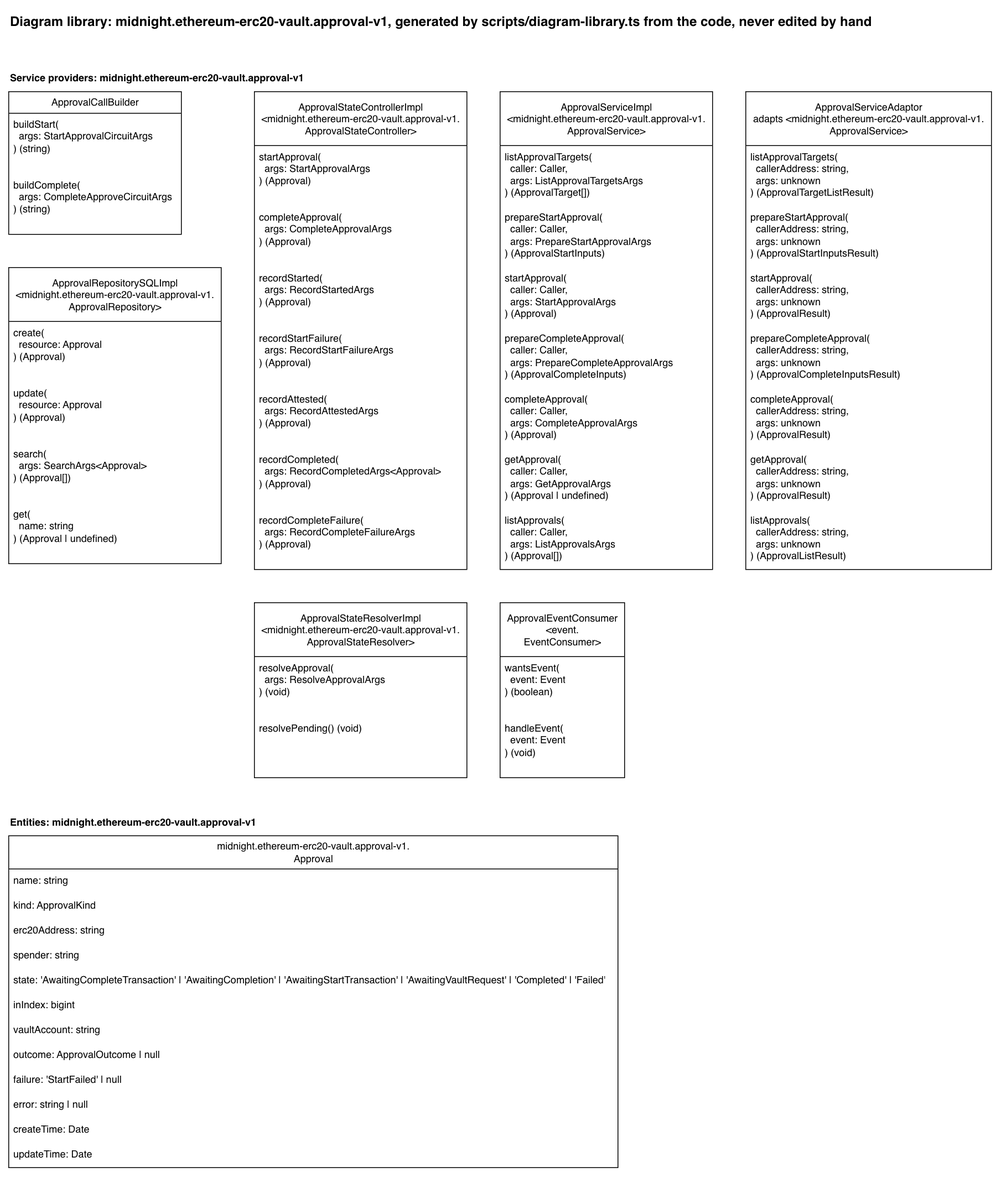
Above: docs/diagram-library/midnight/ethereum-erc20-vault/approval-v1/diagram-library.drawio.png in sig-net/full-stack-demo (draw.io), before the change. Source tidied: cells renumbered, new cells last; positions are measured from the earlier drawing's top-left corner, leaving out a move shared by most shapes.
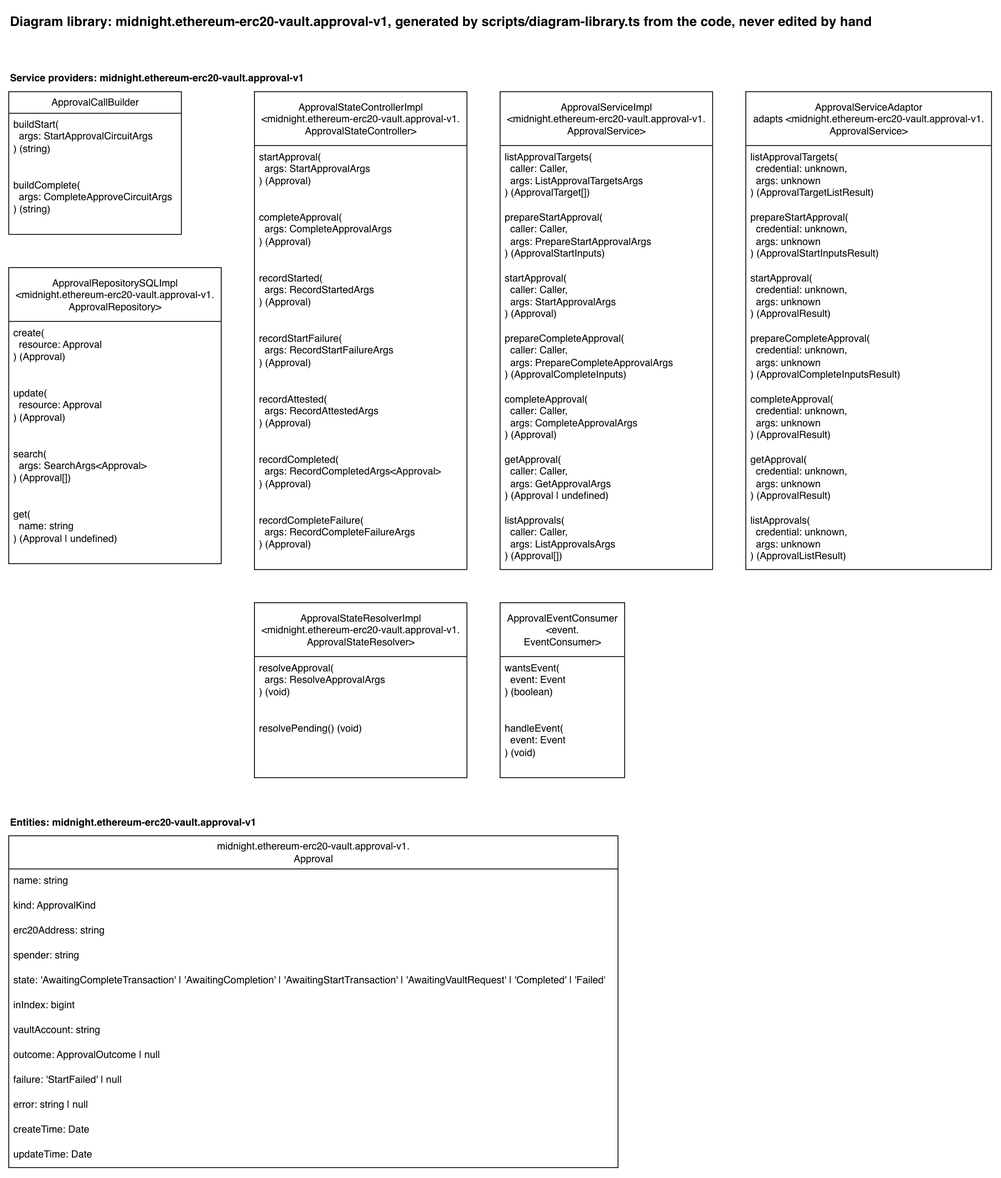
The same diagram one commit later.

The edit, as a diff of the source:
```diff
@@ -101,25 +101,25 @@
     <mxCell id="34" value="ApprovalServiceAdaptor&lt;br&gt;adapts &amp;lt;midnight.ethereum-erc20-vault.approval-v1.&lt;br&gt;ApprovalService&amp;gt;" style="swimlane;fontStyle=0;horizontal=1;startSize=65;fillColor=default;html=1;fillStyle=solid;" parent="1" vertex="1">
       <mxGeometry x="888" y="100" width="296" height="576" as="geometry" />
     </mxCell>
-    <mxCell id="35" value="listApprovalTargets(&lt;br&gt;&amp;nbsp; callerAddress: string,&lt;br&gt;&amp;nbsp; args: unknown&lt;br&gt;) (ApprovalTargetListResult)" style="text;strokeColor=none;fillColor=none;align=left;verticalAlign=top;spacingLeft=4;spacingRight=4;overflow=hidden;whiteSpace=wrap;html=1;" parent="34" vertex="1">
+    <mxCell id="35" value="listApprovalTargets(&lt;br&gt;&amp;nbsp; credential: unknown,&lt;br&gt;&amp;nbsp; args: unknown&lt;br&gt;) (ApprovalTargetListResult)" style="text;strokeColor=none;fillColor=none;align=left;verticalAlign=top;spacingLeft=4;spacingRight=4;overflow=hidden;whiteSpace=wrap;html=1;" parent="34" vertex="1">
       <mxGeometry y="65" width="296" height="73" as="geometry" />
     </mxCell>
-    <mxCell id="36" value="prepareStartApproval(&lt;br&gt;&amp;nbsp; callerAddress: string,&lt;br&gt;&amp;nbsp; args: unknown&lt;br&gt;) (ApprovalStartInputsResult)" style="text;strokeColor=none;fillColor=none;align=left;verticalAlign=top;spacingLeft=4;spacingRight=4;overflow=hidden;whiteSpace=wrap;html=1;" parent="34" vertex="1">
+    <mxCell id="36" value="prepareStartApproval(&lt;br&gt;&amp;nbsp; credential: unknown,&lt;br&gt;&amp;nbsp; args: unknown&lt;br&gt;) (ApprovalStartInputsResult)" style="text;strokeColor=none;fillColor=none;align=left;verticalAlign=top;spacingLeft=4;spacingRight=4;overflow=hidden;whiteSpace=wrap;html=1;" parent="34" vertex="1">
       <mxGeometry y="138" width="296" height="73" as="geometry" />
     </mxCell>
-    <mxCell id="37" value="startApproval(&lt;br&gt;&amp;nbsp; callerAddress: string,&lt;br&gt;&amp;nbsp; args: unknown&lt;br&gt;) (ApprovalResult)" style="text;strokeColor=none;fillColor=none;align=left;verticalAlign=top;spacingLeft=4;spacingRight=4;overflow=hidden;whiteSpace=wrap;html=1;" parent="34" vertex="1">
+    <mxCell id="37" value="startApproval(&lt;br&gt;&amp;nbsp; credential: unknown,&lt;br&gt;&amp;nbsp; args: unknown&lt;br&gt;) (ApprovalResult)" style="text;strokeColor=none;fillColor=none;align=left;verticalAlign=top;spacingLeft=4;spacingRight=4;overflow=hidden;whiteSpace=wrap;html=1;" parent="34" vertex="1">
       <mxGeometry y="211" width="296" height="73" as="geometry" />
     </mxCell>
-    <mxCell id="38" value="prepareCompleteApproval(&lt;br&gt;&amp;nbsp; callerAddress: string,&lt;br&gt;&amp;nbsp; args: unknown&lt;br&gt;) (ApprovalCompleteInputsResult)" style="text;strokeColor=none;fillColor=none;align=left;verticalAlign=top;spacingLeft=4;spacingRight=4;overflow=hidden;whiteSpace=wrap;html=1;" parent="34" vertex="1">
+    <mxCell id="38" value="prepareCompleteApproval(&lt;br&gt;&amp;nbsp; credential: unknown,&lt;br&gt;&amp;nbsp; args: unknown&lt;br&gt;) (ApprovalCompleteInputsResult)" style="text;strokeColor=none;fillColor=none;align=left;verticalAlign=top;spacingLeft=4;spacingRight=4;overflow=hidden;whiteSpace=wrap;html=1;" parent="34" vertex="1">
       <mxGeometry y="284" width="296" height="73" as="geometry" />
     </mxCell>
-    <mxCell id="39" value="completeApproval(&lt;br&gt;&amp;nbsp; callerAddress: string,&lt;br&gt;&amp;nbsp; args: unknown&lt;br&gt;) (ApprovalResult)" style="text;strokeColor=none;fillColor=none;align=left;verticalAlign=top;spacingLeft=4;spacingRight=4;overflow=hidden;whiteSpace=wrap;html=1;" parent="34" vertex="1">
+    <mxCell id="39" value="completeApproval(&lt;br&gt;&amp;nbsp; credential: unknown,&lt;br&gt;&amp;nbsp; args: unknown&lt;br&gt;) (ApprovalResult)" style="text;strokeColor=none;fillColor=none;align=left;verticalAlign=top;spacingLeft=4;spacingRight=4;overflow=hidden;whiteSpace=wrap;html=1;" parent="34" vertex="1">
       <mxGeometry y="357" width="296" height="73" as="geometry" />
     </mxCell>
-    <mxCell id="40" value="getApproval(&lt;br&gt;&amp;nbsp; callerAddress: string,&lt;br&gt;&amp;nbsp; args: unknown&lt;br&gt;) (ApprovalResult)" style="text;strokeColor=none;fillColor=none;align=left;verticalAlign=top;spacingLeft=4;spacingRight=4;overflow=hidden;whiteSpace=wrap;html=1;" parent="34" vertex="1">
+    <mxCell id="40" value="getApproval(&lt;br&gt;&amp;nbsp; credential: unknown,&lt;br&gt;&amp;nbsp; args: unknown&lt;br&gt;) (ApprovalResult)" style="text;strokeColor=none;fillColor=none;align=left;verticalAlign=top;spacingLeft=4;spacingRight=4;overflow=hidden;whiteSpace=wrap;html=1;" parent="34" vertex="1">
       <mxGeometry y="430" width="296" height="73" as="geometry" />
     </mxCell>
-    <mxCell id="41" value="listApprovals(&lt;br&gt;&amp;nbsp; callerAddress: string,&lt;br&gt;&amp;nbsp; args: unknown&lt;br&gt;) (ApprovalListResult)" style="text;strokeColor=none;fillColor=none;align=left;verticalAlign=top;spacingLeft=4;spacingRight=4;overflow=hidden;whiteSpace=wrap;html=1;" parent="34" vertex="1">
+    <mxCell id="41" value="listApprovals(&lt;br&gt;&amp;nbsp; credential: unknown,&lt;br&gt;&amp;nbsp; args: unknown&lt;br&gt;) (ApprovalListResult)" style="text;strokeColor=none;fillColor=none;align=left;verticalAlign=top;spacingLeft=4;spacingRight=4;overflow=hidden;whiteSpace=wrap;html=1;" parent="34" vertex="1">
       <mxGeometry y="503" width="296" height="73" as="geometry" />
     </mxCell>
     <mxCell id="42" value="Entities: midnight.ethereum-erc20-vault.approval-v1" style="text;html=1;fontStyle=1;" parent="1" vertex="1">
```
